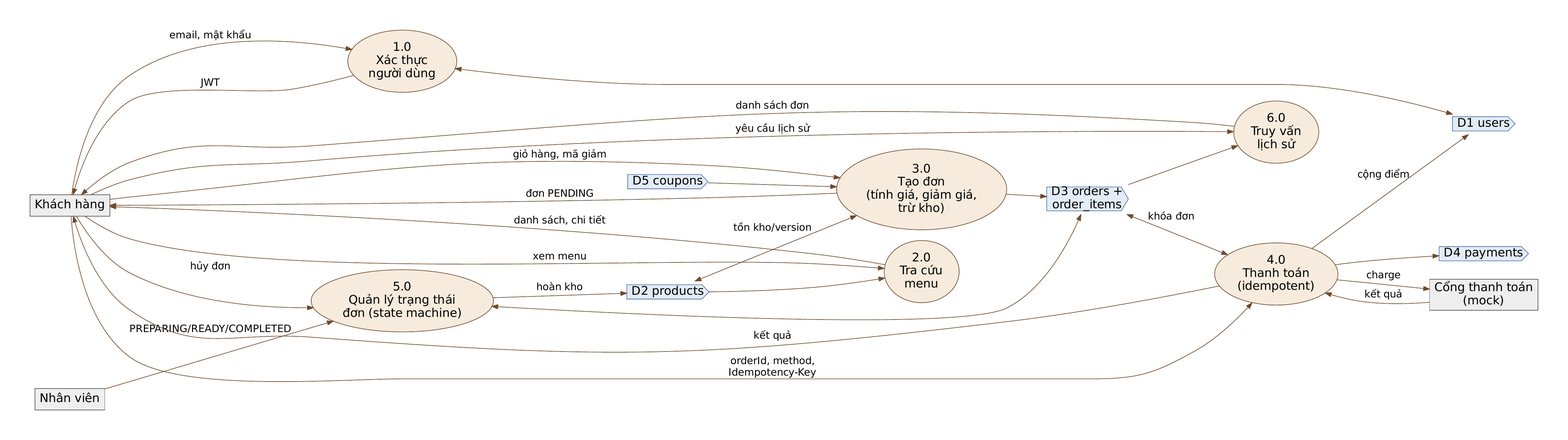
This is report/diagrams/png/dfd1.png from kaiqwwp/brewlite, a Graphviz export, as it was before one commit. Its source is kept beside it as report/diagrams/dfd1.dot. Its diagram source:
```dot
digraph DFD1 { graph [fontname="DejaVu Sans" fontsize=22 pad=0.2]; node [fontname="DejaVu Sans" fontsize=20]; edge [fontname="DejaVu Sans" fontsize=17 color="#6f4a2b"]; rankdir=LR; nodesep=0.25; ranksep=0.9;
 node [shape=box style=filled fillcolor="#eeeeee" color="#555555"];
 KH [label="Khách hàng"]; NV [label="Nhân viên"]; GW [label="Cổng thanh toán\n(mock)"];
 node [shape=ellipse style=filled fillcolor="#f6ebdd" color="#6f4a2b"];
 p1 [label="1.0\nXác thực\nngười dùng"]; p2 [label="2.0\nTra cứu\nmenu"]; p3 [label="3.0\nTạo đơn\n(tính giá, giảm giá,\ntrừ kho)"]; p4 [label="4.0\nThanh toán\n(idempotent)"]; p5 [label="5.0\nQuản lý trạng thái\nđơn (state machine)"]; p6 [label="6.0\nTruy vấn\nlịch sử"];
 node [shape=cds style=filled fillcolor="#e3ecf6" color="#4a6fa5"];
 d1 [label="D1 users"]; d2 [label="D2 products"]; d3 [label="D3 orders +\norder_items"]; d4 [label="D4 payments"]; d5 [label="D5 coupons"];
 KH -> p1 [label="email, mật khẩu"]; p1 -> KH [label="JWT"]; p1 -> d1 [dir=both];
 KH -> p2 [label="xem menu"]; p2 -> KH [label="danh sách, chi tiết"]; d2 -> p2;
 KH -> p3 [label="giỏ hàng, mã giảm"]; p3 -> KH [label="đơn PENDING"]; d2 -> p3 [dir=both label="tồn kho/version"]; d5 -> p3; p3 -> d3;
 KH -> p4 [label="orderId, method,\nIdempotency-Key"]; p4 -> GW [label="charge"]; GW -> p4 [label="kết quả"]; d3 -> p4 [dir=both label="khóa đơn"]; p4 -> d4; p4 -> d1 [label="cộng điểm"]; p4 -> KH [label="kết quả"];
 KH -> p5 [label="hủy đơn"]; NV -> p5 [label="PREPARING/READY/COMPLETED"]; p5 -> d3 [dir=both]; p5 -> d2 [label="hoàn kho"];
 KH -> p6 [label="yêu cầu lịch sử"]; d3 -> p6; p6 -> KH [label="danh sách đơn"];
}
```
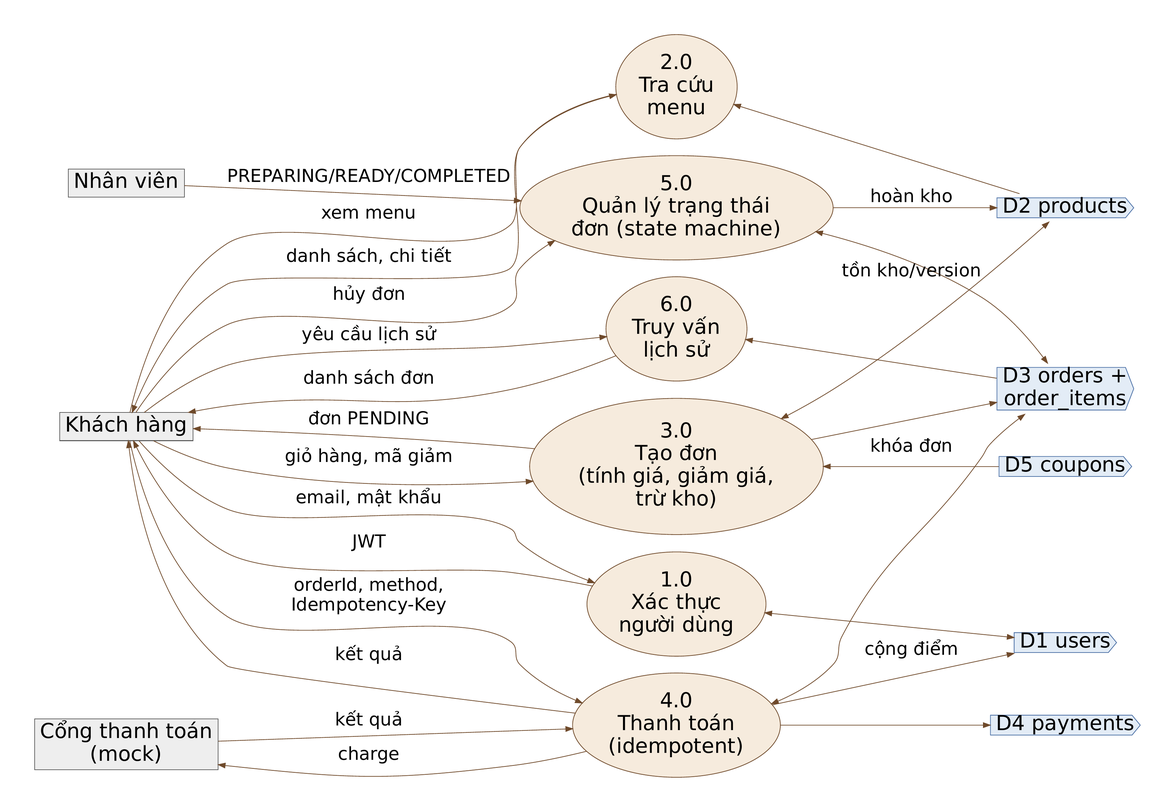
Above is the later version.

What changed in the source:
```diff
@@ -1,10 +1,13 @@
-digraph DFD1 { graph [fontname="DejaVu Sans" fontsize=22 pad=0.2]; node [fontname="DejaVu Sans" fontsize=20]; edge [fontname="DejaVu Sans" fontsize=17 color="#6f4a2b"]; rankdir=LR; nodesep=0.25; ranksep=0.9;
+digraph DFD1 { graph [fontname="DejaVu Sans" fontsize=30 pad=0.2]; node [fontname="DejaVu Sans" fontsize=30]; edge [fontname="DejaVu Sans" fontsize=26 color="#6f4a2b"]; rankdir=LR; nodesep=0.35; ranksep=0.35; newrank=true;
  node [shape=box style=filled fillcolor="#eeeeee" color="#555555"];
  KH [label="Khách hàng"]; NV [label="Nhân viên"]; GW [label="Cổng thanh toán\n(mock)"];
  node [shape=ellipse style=filled fillcolor="#f6ebdd" color="#6f4a2b"];
  p1 [label="1.0\nXác thực\nngười dùng"]; p2 [label="2.0\nTra cứu\nmenu"]; p3 [label="3.0\nTạo đơn\n(tính giá, giảm giá,\ntrừ kho)"]; p4 [label="4.0\nThanh toán\n(idempotent)"]; p5 [label="5.0\nQuản lý trạng thái\nđơn (state machine)"]; p6 [label="6.0\nTruy vấn\nlịch sử"];
  node [shape=cds style=filled fillcolor="#e3ecf6" color="#4a6fa5"];
  d1 [label="D1 users"]; d2 [label="D2 products"]; d3 [label="D3 orders +\norder_items"]; d4 [label="D4 payments"]; d5 [label="D5 coupons"];
+ {rank=min; KH; NV; GW}
+ {rank=same; p1;p2;p3;p4;p5;p6}
+ {rank=max; d1;d2;d3;d4;d5}
  KH -> p1 [label="email, mật khẩu"]; p1 -> KH [label="JWT"]; p1 -> d1 [dir=both];
  KH -> p2 [label="xem menu"]; p2 -> KH [label="danh sách, chi tiết"]; d2 -> p2;
  KH -> p3 [label="giỏ hàng, mã giảm"]; p3 -> KH [label="đơn PENDING"]; d2 -> p3 [dir=both label="tồn kho/version"]; d5 -> p3; p3 -> d3;
```
